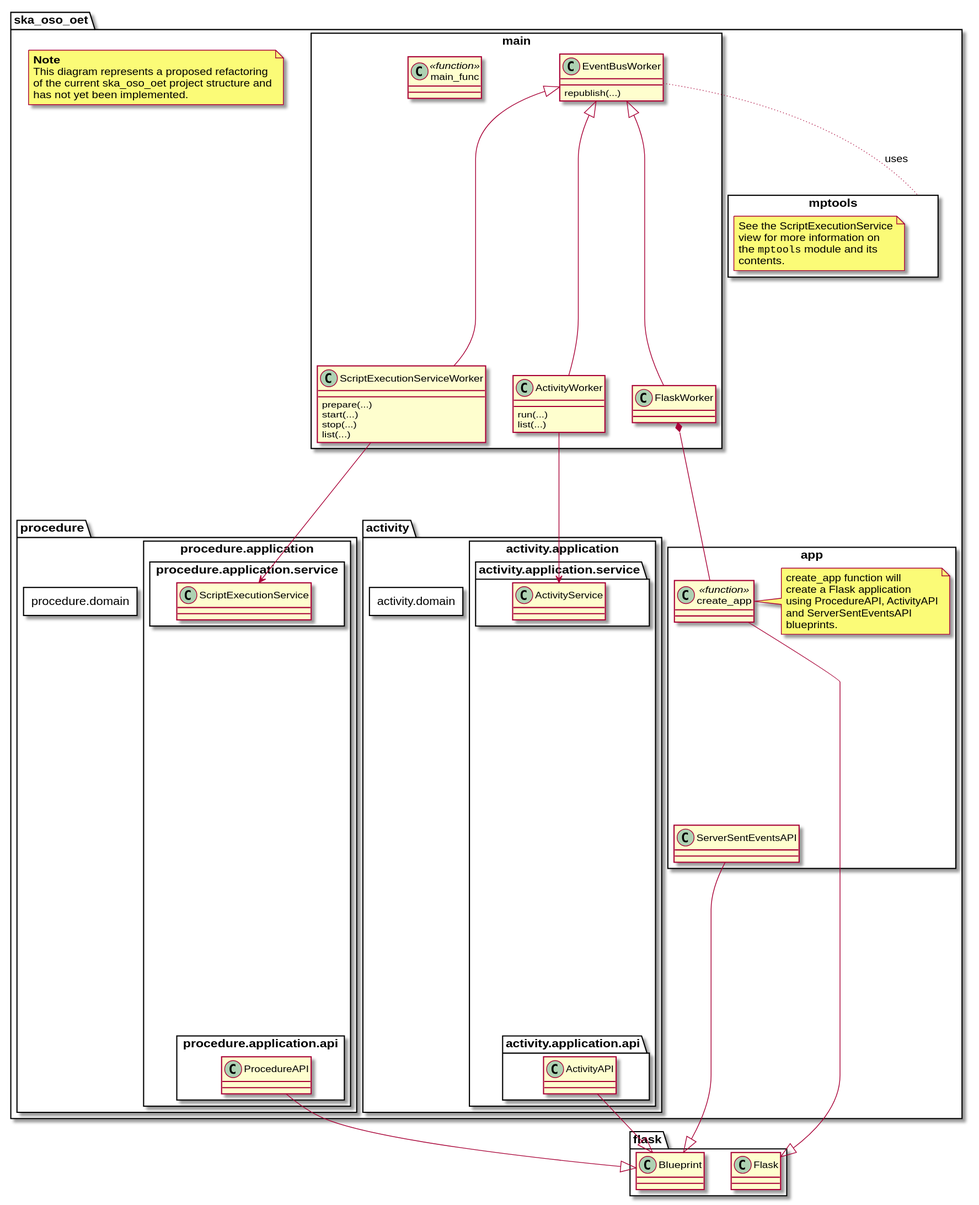
This is docs/src/diagrams/export/backend_module_ui_primary.svg from ska-telescope/observation-execution-tool, a PlantUML export, as it was before one commit.
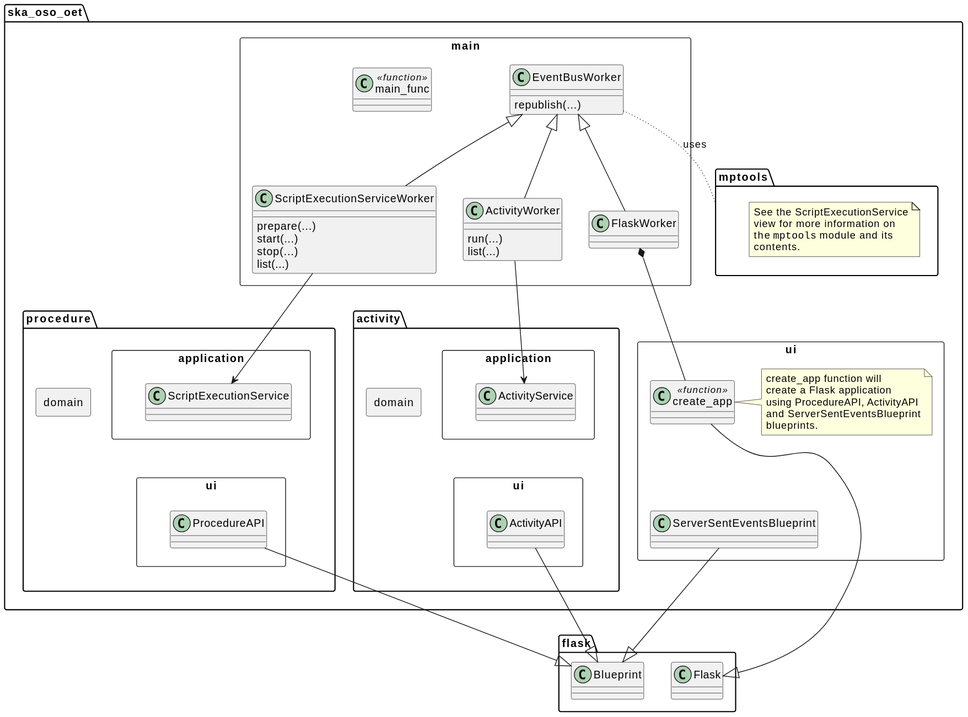
After the change.

The edit, as a diff of the source:
```diff
@@ -2,16 +2,7 @@
 
 package ska_oso_oet {
 
-    skinparam noteFontSize<<not_implemented_note>> 50
-
-    note as not_implemented_note
-    **Note**
-    This diagram represents a proposed refactoring
-    of the current ska_oso_oet project structure and
-    has not yet been implemented.
-    end note
-
-    package mptools <<Rectangle>> {
+    package mptools {
         note as mptools_note
         See the ScriptExecutionService
         view for more information on
@@ -21,7 +12,6 @@
     }
 
     package main <<Rectangle>> {
-
         class ScriptExecutionServiceWorker {
             prepare(...)
             start(...)
@@ -48,15 +38,15 @@
         ActivityWorker -up-|> EventBusWorker
     }
 
-    package app <<Rectangle>> {
+    package ui <<Rectangle>> {
         class create_app <<function>>
-        class ServerSentEventsAPI
+        class ServerSentEventsBlueprint
 
         note as app_note
         create_app function will
         create a Flask application
         using ProcedureAPI, ActivityAPI
-        and ServerSentEventsAPI
+        and ServerSentEventsBlueprint
         blueprints.
         end note
 
@@ -67,36 +57,30 @@
 
     package procedure {
 
-        package procedure.application <<Rectangle>> {
-
-            package procedure.application.api <<Rectangle>> {
-                class ProcedureAPI
-            }
-
-            package procedure.application.service <<Rectangle>> {
-                class ScriptExecutionService
-            }
+        package ui as procedure_ui <<Rectangle>> {
+            class ProcedureAPI
         }
 
-        package procedure.domain <<Rectangle>> {
+        package application as procedure_application <<Rectangle>> {
+            class ScriptExecutionService
+        }
+
+        package domain as procedure_domain <<Rectangle>> {
         }
         ScriptExecutionServiceWorker --> ScriptExecutionService
 
     }
 
     package activity {
-        package activity.application <<Rectangle>> {
-            package activity.application.api {
-                class ActivityAPI
-            }
-
-            package activity.application.service {
-                class ActivityService
-            }
+        package ui as activity_ui <<Rectangle>> {
+            class ActivityAPI
         }
 
-        package activity.domain <<Rectangle>> {
+        package application as activity_application <<Rectangle>> {
+            class ActivityService
+        }
 
+        package domain as activity_domain <<Rectangle>> {
         }
         ActivityWorker --> ActivityService
     }
@@ -107,15 +91,14 @@
     class Blueprint
 }
 
-create_app -|> Flask
-ServerSentEventsAPI --|> Blueprint
+create_app --|> Flask
+ServerSentEventsBlueprint --|> Blueprint
 ActivityAPI --|> Blueprint
 ProcedureAPI --|> Blueprint
 
 EventBusWorker -[dotted]- mptools: uses
 
-procedure.application.service -down[hidden]- procedure.application.api
-activity.application.service -down[hidden]- activity.application.api
-create_app -down[hidden]- ServerSentEventsAPI
-
+procedure_application -down[hidden]- procedure_ui
+activity_application -down[hidden]- activity_ui
+create_app -down[hidden]- ServerSentEventsBlueprint
 @enduml
```
